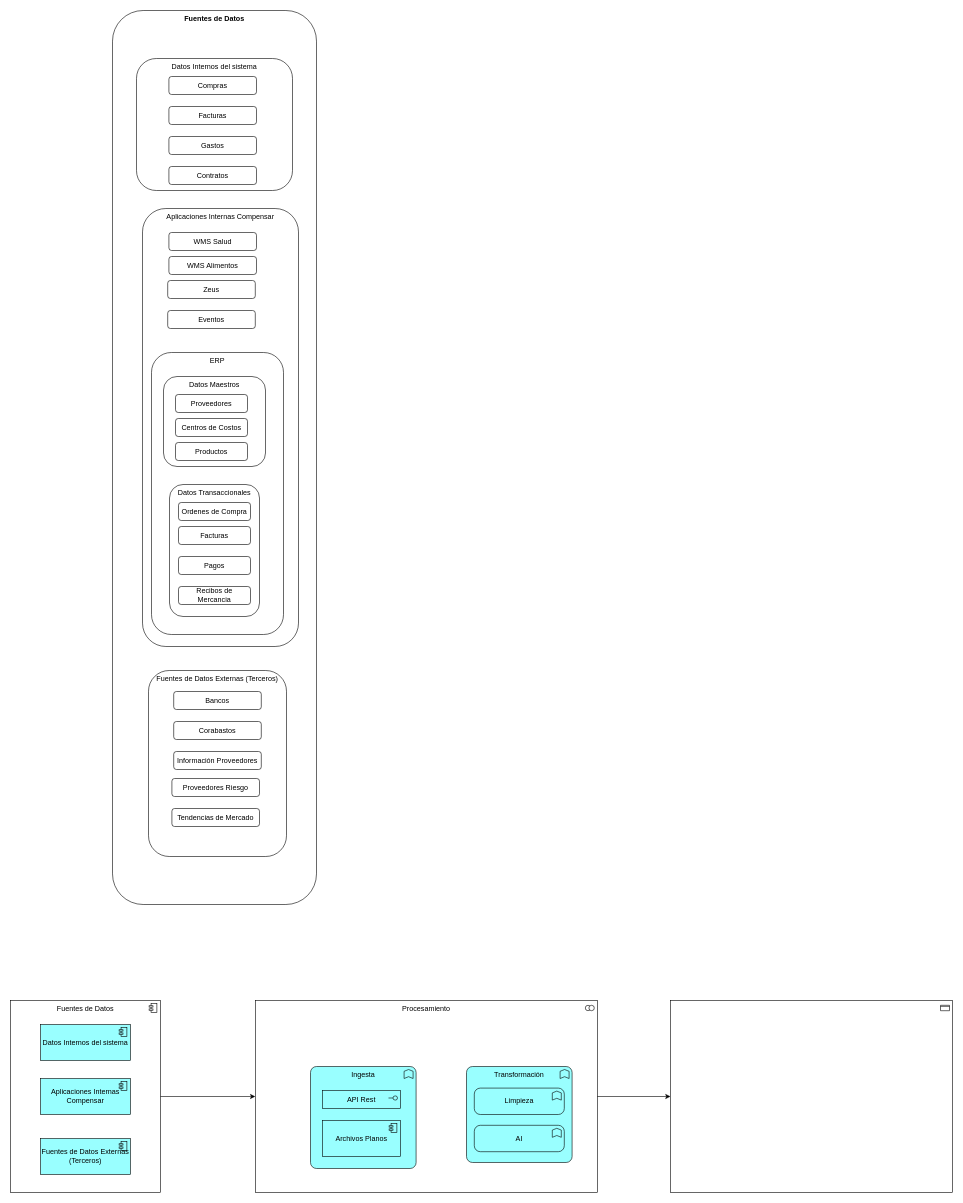
Earlier version of the draw.io diagram page "Análisis del Gasto" (5 of 5) of Procurement chain.drawio (carlosvalderrama1204/diagrams). Source tidied: cells renumbered, new cells numbered last; positions are measured from the earlier drawing's top-left corner, leaving out a move shared by most shapes. Both pictures are drawn from the tidied source at 60%, with x=0, y=0 at pixel (10, 10).
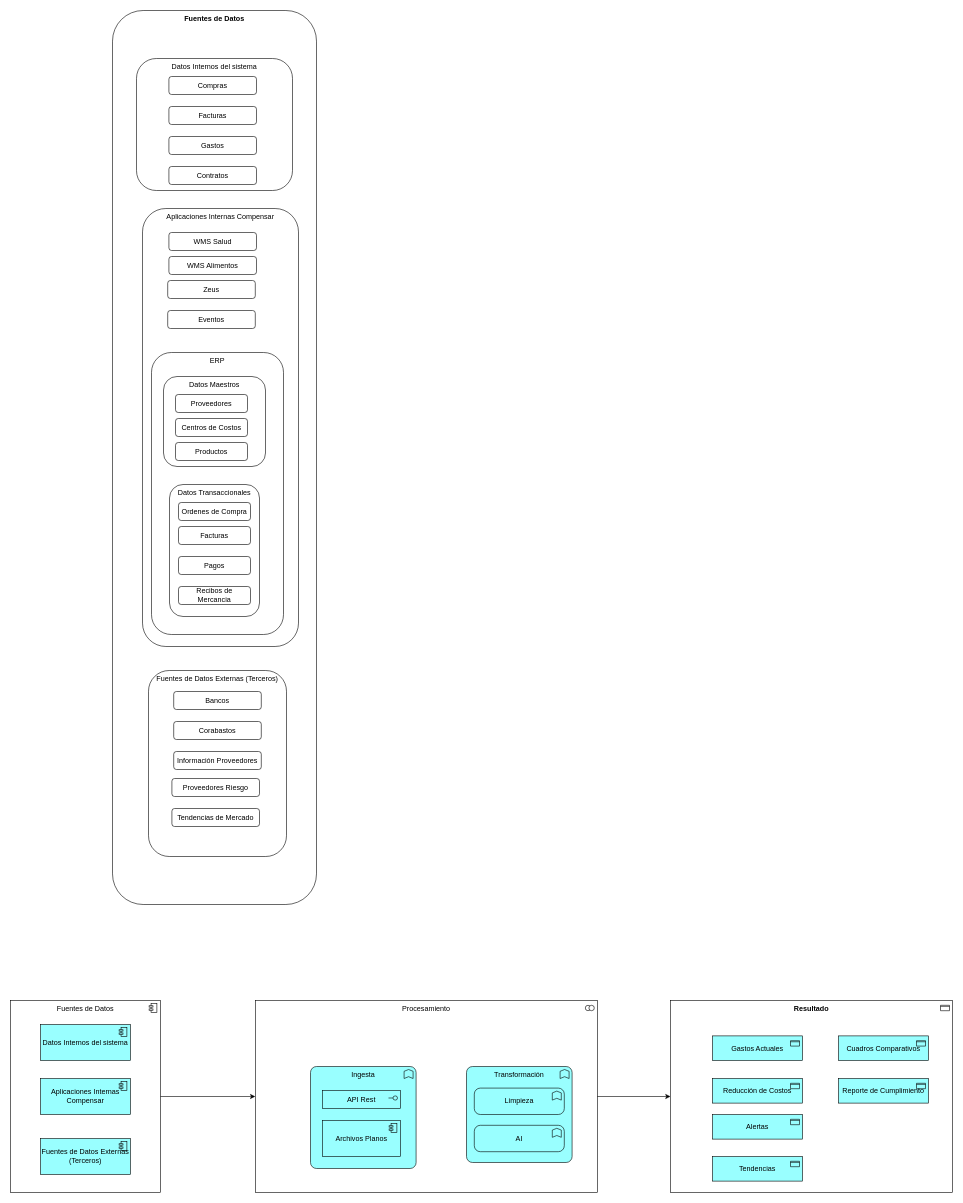
The same diagram, later.

What changed in the source:
```diff
@@
-    <mxCell id="41" style="html=1;outlineConnect=0;whiteSpace=wrap;shape=mxgraph.archimate3.application;appType=passive;archiType=square;" parent="1" vertex="1">
+    <mxCell id="41" value="Resultado" style="html=1;outlineConnect=0;whiteSpace=wrap;shape=mxgraph.archimate3.application;appType=passive;archiType=square;verticalAlign=top;fontStyle=1;" parent="1" vertex="1">
       <mxGeometry x="1100" y="1650" width="470" height="320" as="geometry" />
     </mxCell>
@@
+    <mxCell id="43" value="Gastos Actuales" style="html=1;whiteSpace=wrap;fillColor=#99ffff;shape=mxgraph.archimate3.application;appType=passive;archiType=square;" parent="1" vertex="1">
+      <mxGeometry x="1170" y="1709" width="150" height="41" as="geometry" />
+    </mxCell>
+    <mxCell id="44" value="Reducción de Costos" style="html=1;whiteSpace=wrap;fillColor=#99ffff;shape=mxgraph.archimate3.application;appType=passive;archiType=square;" parent="1" vertex="1">
+      <mxGeometry x="1170" y="1780" width="150" height="41" as="geometry" />
+    </mxCell>
+    <mxCell id="45" value="Alertas" style="html=1;whiteSpace=wrap;fillColor=#99ffff;shape=mxgraph.archimate3.application;appType=passive;archiType=square;" parent="1" vertex="1">
+      <mxGeometry x="1170" y="1840" width="150" height="41" as="geometry" />
+    </mxCell>
+    <mxCell id="46" value="Tendencias" style="html=1;whiteSpace=wrap;fillColor=#99ffff;shape=mxgraph.archimate3.application;appType=passive;archiType=square;" parent="1" vertex="1">
+      <mxGeometry x="1170" y="1910" width="150" height="41" as="geometry" />
+    </mxCell>
+    <mxCell id="47" value="Cuadros Comparativos" style="html=1;whiteSpace=wrap;fillColor=#99ffff;shape=mxgraph.archimate3.application;appType=passive;archiType=square;" parent="1" vertex="1">
+      <mxGeometry x="1380" y="1709" width="150" height="41" as="geometry" />
+    </mxCell>
+    <mxCell id="48" value="Reporte de Cumplimiento" style="html=1;whiteSpace=wrap;fillColor=#99ffff;shape=mxgraph.archimate3.application;appType=passive;archiType=square;" parent="1" vertex="1">
+      <mxGeometry x="1380" y="1780" width="150" height="41" as="geometry" />
+    </mxCell>
```
